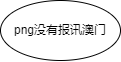
The draw.io diagram 未命名绘图.drawio.png in alowisdom/draw, before a commit. Source tidied: cells renumbered, new cells last; positions are measured from the earlier drawing's top-left corner, leaving out a move shared by most shapes.
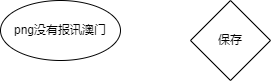
The same diagram one commit later.

Commit message:
更新未命名绘图.drawio.png

The edit, as a diff of the source:
```diff
@@ -5,5 +5,8 @@
     <mxCell id="2" value="png没有报讯澳门" style="ellipse;whiteSpace=wrap;html=1;" parent="1" vertex="1">
       <mxGeometry width="120" height="60" as="geometry" />
     </mxCell>
+    <mxCell id="3" value="保存" style="rhombus;whiteSpace=wrap;html=1;" parent="1" vertex="1">
+      <mxGeometry x="190" width="80" height="80" as="geometry" />
+    </mxCell>
   </root>
 </mxGraphModel>
```
